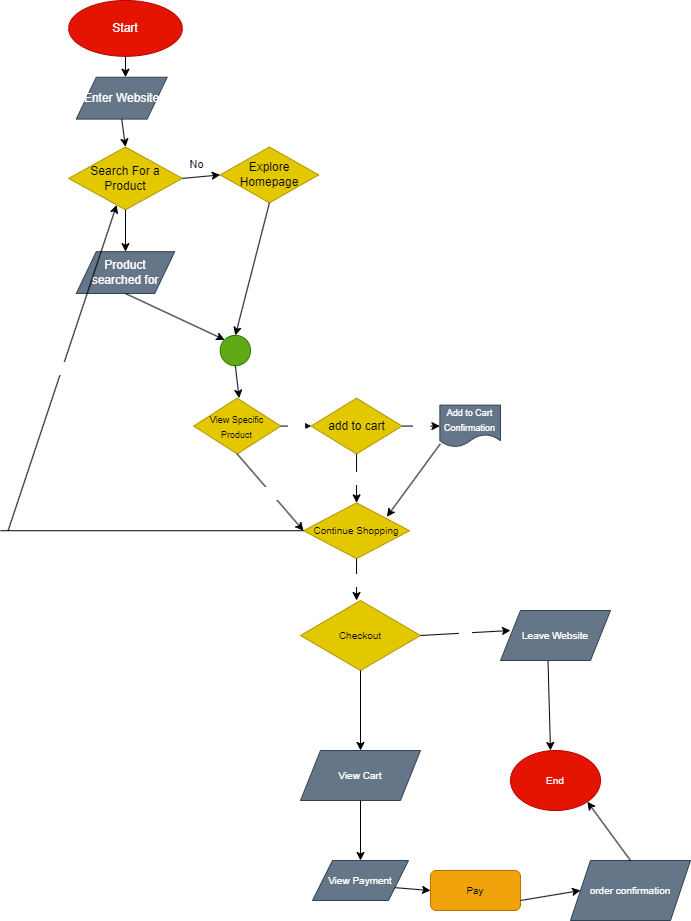
Earlier version of the draw.io export explore/diagramming/diagram.drawio.png (jvtang487/sp24-cse110-lab4). Source tidied: cells renumbered, new cells last; positions are measured from the earlier drawing's top-left corner, leaving out a move shared by most shapes.
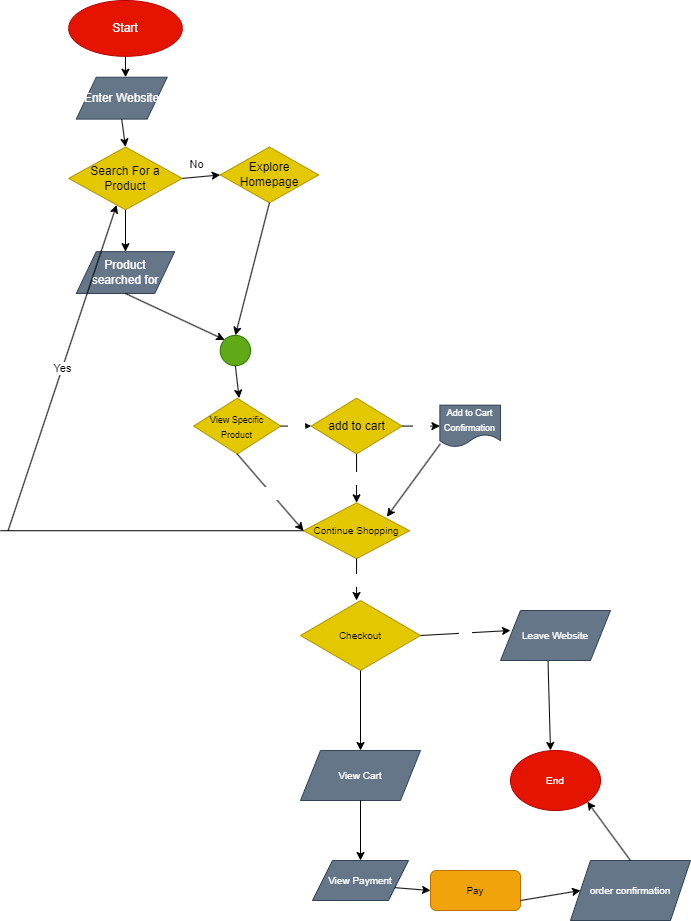
The same diagram one commit later.

What changed in the source:
```diff
@@ -161,7 +161,7 @@
         <mxPoint x="7.6" y="530.2" as="sourcePoint" />
       </mxGeometry>
     </mxCell>
-    <mxCell id="46" value="Yes" style="edgeLabel;html=1;align=center;verticalAlign=middle;fontColor=#FFFFFF;" parent="45" vertex="1">
+    <mxCell id="46" value="Yes" style="edgeLabel;html=1;align=center;verticalAlign=middle;fontColor=#000000;" parent="45" vertex="1">
       <mxGeometry relative="1" as="geometry" />
     </mxCell>
     <mxCell id="47" style="endArrow=classic;html=1;fontColor=#FFFFFF;exitX=0.5;exitY=1;exitDx=0;exitDy=0;" parent="1" edge="1" source="43">
```
